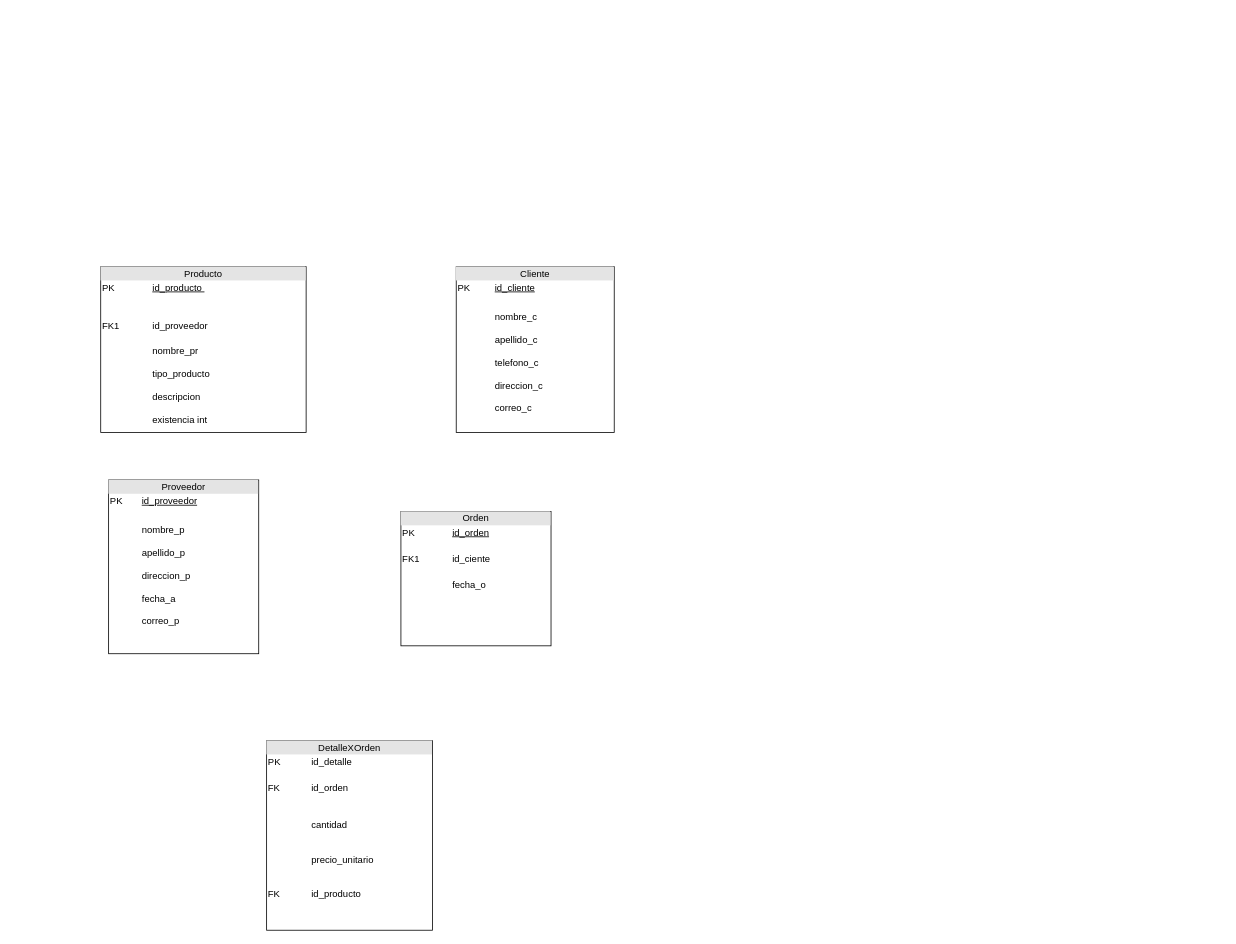
This is EMR.drawio from akdii/ProgramacionIV, a draw.io file, before an edit. Source tidied: cells renumbered, new cells numbered last; positions are measured from the earlier drawing's top-left corner, leaving out a move shared by most shapes. Both pictures are drawn from the tidied source at 79%, with x=0, y=0 at pixel (100, 266).
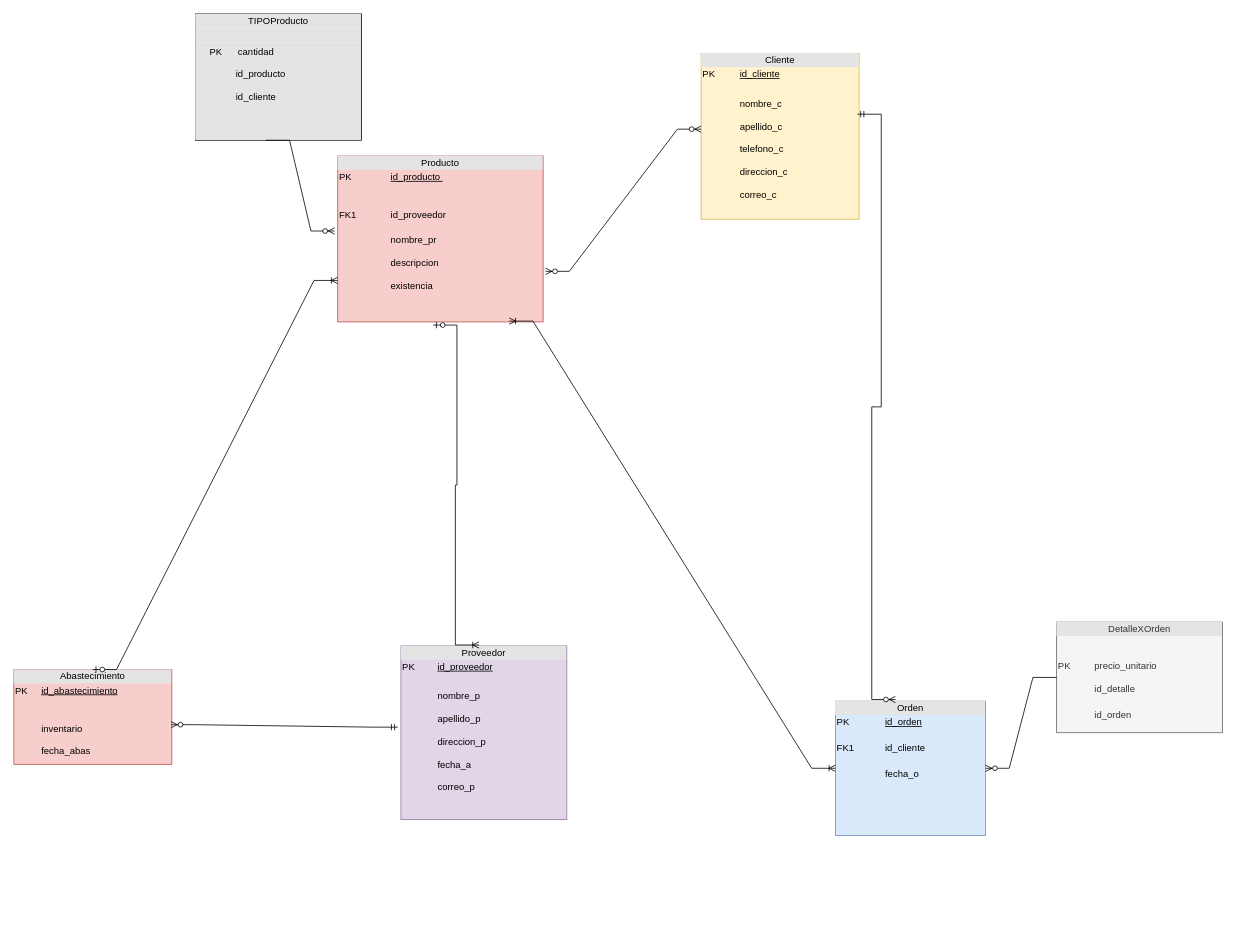
After the change.

What changed in the source:
```diff
@@
-    <mxCell id="2" value="&lt;div style=&quot;text-align: center; box-sizing: border-box; width: 100%; background: rgb(228, 228, 228); padding: 2px;&quot;&gt;Producto&lt;/div&gt;&lt;table style=&quot;width:100%;font-size:1em;&quot; cellpadding=&quot;2&quot; cellspacing=&quot;0&quot;&gt;&lt;tbody&gt;&lt;tr&gt;&lt;td&gt;PK&lt;/td&gt;&lt;td&gt;&lt;u&gt;id_producto&amp;nbsp;&lt;/u&gt;&lt;/td&gt;&lt;/tr&gt;&lt;tr&gt;&lt;td&gt;&lt;br&gt;FK1&lt;/td&gt;&lt;td&gt;&lt;br&gt;&lt;br&gt;id_proveedor&amp;nbsp;&lt;br&gt;&lt;br&gt;&lt;/td&gt;&lt;/tr&gt;&lt;tr&gt;&lt;td&gt;&lt;/td&gt;&lt;td&gt;nombre_pr&lt;br&gt;&lt;br&gt;tipo_producto&amp;nbsp;&lt;br&gt;&lt;br&gt;descripcion&amp;nbsp;&lt;br&gt;&lt;br&gt;existencia int&lt;br&gt;&lt;br&gt;&lt;br&gt;&lt;br&gt;&lt;br&gt;&lt;br&gt;&lt;br&gt;&lt;br&gt;&lt;/td&gt;&lt;/tr&gt;&lt;/tbody&gt;&lt;/table&gt;" style="verticalAlign=top;align=left;overflow=fill;html=1;whiteSpace=wrap;" parent="1" vertex="1">
-      <mxGeometry width="260" height="210" as="geometry" />
+    <mxCell id="2" value="&lt;div style=&quot;text-align: center; box-sizing: border-box; width: 100%; background: rgb(228, 228, 228); padding: 2px;&quot;&gt;Producto&lt;/div&gt;&lt;table style=&quot;width:100%;font-size:1em;&quot; cellpadding=&quot;2&quot; cellspacing=&quot;0&quot;&gt;&lt;tbody&gt;&lt;tr&gt;&lt;td&gt;PK&lt;/td&gt;&lt;td&gt;&lt;u&gt;id_producto&amp;nbsp;&lt;/u&gt;&lt;/td&gt;&lt;/tr&gt;&lt;tr&gt;&lt;td&gt;&lt;br&gt;FK1&lt;/td&gt;&lt;td&gt;&lt;br&gt;&lt;br&gt;id_proveedor&amp;nbsp;&lt;br&gt;&lt;br&gt;&lt;/td&gt;&lt;/tr&gt;&lt;tr&gt;&lt;td&gt;&lt;/td&gt;&lt;td&gt;nombre_pr&lt;br&gt;&lt;br&gt;descripcion&amp;nbsp;&lt;br&gt;&lt;br&gt;existencia&amp;nbsp;&lt;br&gt;&lt;br&gt;&lt;br&gt;&lt;br&gt;&lt;br&gt;&lt;br&gt;&lt;br&gt;&lt;br&gt;&lt;/td&gt;&lt;/tr&gt;&lt;/tbody&gt;&lt;/table&gt;" style="verticalAlign=top;align=left;overflow=fill;html=1;whiteSpace=wrap;fillColor=#f8cecc;strokeColor=#b85450;" parent="1" vertex="1">
+      <mxGeometry x="300" y="-140" width="260" height="210" as="geometry" />
     </mxCell>
-    <mxCell id="3" value="&lt;div style=&quot;text-align: center; box-sizing: border-box; width: 100%; background: rgb(228, 228, 228); padding: 2px;&quot;&gt;Cliente&lt;/div&gt;&lt;table style=&quot;width:100%;font-size:1em;&quot; cellpadding=&quot;2&quot; cellspacing=&quot;0&quot;&gt;&lt;tbody&gt;&lt;tr&gt;&lt;td&gt;PK&lt;/td&gt;&lt;td&gt;&lt;u&gt;id_cliente&lt;/u&gt;&lt;/td&gt;&lt;/tr&gt;&lt;tr&gt;&lt;td&gt;&lt;br&gt;&lt;/td&gt;&lt;td&gt;&lt;br&gt;&lt;/td&gt;&lt;/tr&gt;&lt;tr&gt;&lt;td&gt;&lt;/td&gt;&lt;td&gt;nombre_c&lt;br&gt;&lt;br&gt;apellido_c&lt;br&gt;&lt;br&gt;telefono_c&lt;br&gt;&lt;br&gt;direccion_c&lt;br&gt;&lt;br&gt;correo_c&lt;br&gt;&lt;br&gt;&lt;/td&gt;&lt;/tr&gt;&lt;/tbody&gt;&lt;/table&gt;" style="verticalAlign=top;align=left;overflow=fill;html=1;whiteSpace=wrap;" parent="1" vertex="1">
-      <mxGeometry x="450" width="200" height="210" as="geometry" />
+    <mxCell id="3" value="&lt;div style=&quot;text-align: center; box-sizing: border-box; width: 100%; background: rgb(228, 228, 228); padding: 2px;&quot;&gt;Cliente&lt;/div&gt;&lt;table style=&quot;width:100%;font-size:1em;&quot; cellpadding=&quot;2&quot; cellspacing=&quot;0&quot;&gt;&lt;tbody&gt;&lt;tr&gt;&lt;td&gt;PK&lt;/td&gt;&lt;td&gt;&lt;u&gt;id_cliente&lt;/u&gt;&lt;/td&gt;&lt;/tr&gt;&lt;tr&gt;&lt;td&gt;&lt;br&gt;&lt;/td&gt;&lt;td&gt;&lt;br&gt;&lt;/td&gt;&lt;/tr&gt;&lt;tr&gt;&lt;td&gt;&lt;/td&gt;&lt;td&gt;nombre_c&lt;br&gt;&lt;br&gt;apellido_c&lt;br&gt;&lt;br&gt;telefono_c&lt;br&gt;&lt;br&gt;direccion_c&lt;br&gt;&lt;br&gt;correo_c&lt;br&gt;&lt;br&gt;&lt;/td&gt;&lt;/tr&gt;&lt;/tbody&gt;&lt;/table&gt;" style="verticalAlign=top;align=left;overflow=fill;html=1;whiteSpace=wrap;fillColor=#fff2cc;strokeColor=#d6b656;" parent="1" vertex="1">
+      <mxGeometry x="760" y="-270" width="200" height="210" as="geometry" />
     </mxCell>
-    <mxCell id="4" value="&lt;div style=&quot;text-align: center; box-sizing: border-box; width: 100%; background: rgb(228, 228, 228); padding: 2px;&quot;&gt;Proveedor&lt;/div&gt;&lt;table style=&quot;width:100%;font-size:1em;&quot; cellpadding=&quot;2&quot; cellspacing=&quot;0&quot;&gt;&lt;tbody&gt;&lt;tr&gt;&lt;td&gt;PK&lt;/td&gt;&lt;td&gt;&lt;u&gt;id_proveedor&lt;/u&gt;&lt;/td&gt;&lt;/tr&gt;&lt;tr&gt;&lt;td&gt;&lt;br&gt;&lt;/td&gt;&lt;td&gt;&lt;br&gt;&lt;/td&gt;&lt;/tr&gt;&lt;tr&gt;&lt;td&gt;&lt;/td&gt;&lt;td&gt;nombre_p&lt;br&gt;&lt;br&gt;apellido_p&lt;br&gt;&lt;br&gt;direccion_p&lt;br&gt;&lt;br&gt;fecha_a&lt;br&gt;&lt;br&gt;correo_p&lt;br&gt;&lt;br&gt;&lt;/td&gt;&lt;/tr&gt;&lt;/tbody&gt;&lt;/table&gt;" style="verticalAlign=top;align=left;overflow=fill;html=1;whiteSpace=wrap;" parent="1" vertex="1">
-      <mxGeometry x="10" y="270" width="190" height="220" as="geometry" />
+    <mxCell id="4" value="&lt;div style=&quot;text-align: center; box-sizing: border-box; width: 100%; background: rgb(228, 228, 228); padding: 2px;&quot;&gt;Proveedor&lt;/div&gt;&lt;table style=&quot;width:100%;font-size:1em;&quot; cellpadding=&quot;2&quot; cellspacing=&quot;0&quot;&gt;&lt;tbody&gt;&lt;tr&gt;&lt;td&gt;PK&lt;/td&gt;&lt;td&gt;&lt;u&gt;id_proveedor&lt;/u&gt;&lt;/td&gt;&lt;/tr&gt;&lt;tr&gt;&lt;td&gt;&lt;br&gt;&lt;/td&gt;&lt;td&gt;&lt;br&gt;&lt;/td&gt;&lt;/tr&gt;&lt;tr&gt;&lt;td&gt;&lt;/td&gt;&lt;td&gt;nombre_p&lt;br&gt;&lt;br&gt;apellido_p&lt;br&gt;&lt;br&gt;direccion_p&lt;br&gt;&lt;br&gt;fecha_a&lt;br&gt;&lt;br&gt;correo_p&lt;br&gt;&lt;br&gt;&lt;/td&gt;&lt;/tr&gt;&lt;/tbody&gt;&lt;/table&gt;" style="verticalAlign=top;align=left;overflow=fill;html=1;whiteSpace=wrap;fillColor=#e1d5e7;strokeColor=#9673a6;" parent="1" vertex="1">
+      <mxGeometry x="380" y="480" width="210" height="220" as="geometry" />
     </mxCell>
-    <mxCell id="5" value="&lt;div style=&quot;text-align: center; box-sizing: border-box; width: 100%; background: rgb(228, 228, 228); padding: 2px;&quot;&gt;Orden&lt;/div&gt;&lt;table style=&quot;width:100%;font-size:1em;&quot; cellpadding=&quot;2&quot; cellspacing=&quot;0&quot;&gt;&lt;tbody&gt;&lt;tr&gt;&lt;td&gt;PK&lt;/td&gt;&lt;td&gt;&lt;u&gt;id_orden&lt;br&gt;&lt;/u&gt;&lt;/td&gt;&lt;/tr&gt;&lt;tr&gt;&lt;td&gt;&lt;br&gt;FK1&lt;/td&gt;&lt;td&gt;&lt;br&gt;id_ciente&lt;br&gt;&lt;/td&gt;&lt;/tr&gt;&lt;tr&gt;&lt;td&gt;&lt;/td&gt;&lt;td&gt;&lt;br&gt;fecha_o&lt;br&gt;&lt;br&gt;&lt;/td&gt;&lt;/tr&gt;&lt;/tbody&gt;&lt;/table&gt;" style="verticalAlign=top;align=left;overflow=fill;html=1;whiteSpace=wrap;" parent="1" vertex="1">
-      <mxGeometry x="380" y="310" width="190" height="170" as="geometry" />
+    <mxCell id="5" value="&lt;div style=&quot;text-align: center; box-sizing: border-box; width: 100%; background: rgb(228, 228, 228); padding: 2px;&quot;&gt;Orden&lt;/div&gt;&lt;table style=&quot;width:100%;font-size:1em;&quot; cellpadding=&quot;2&quot; cellspacing=&quot;0&quot;&gt;&lt;tbody&gt;&lt;tr&gt;&lt;td&gt;PK&lt;/td&gt;&lt;td&gt;&lt;u&gt;id_orden&lt;br&gt;&lt;/u&gt;&lt;/td&gt;&lt;/tr&gt;&lt;tr&gt;&lt;td&gt;&lt;br&gt;FK1&lt;/td&gt;&lt;td&gt;&lt;br&gt;id_cliente&lt;br&gt;&lt;/td&gt;&lt;/tr&gt;&lt;tr&gt;&lt;td&gt;&lt;/td&gt;&lt;td&gt;&lt;br&gt;fecha_o&lt;br&gt;&lt;br&gt;&lt;/td&gt;&lt;/tr&gt;&lt;/tbody&gt;&lt;/table&gt;" style="verticalAlign=top;align=left;overflow=fill;html=1;whiteSpace=wrap;fillColor=#dae8fc;strokeColor=#6c8ebf;" parent="1" vertex="1">
+      <mxGeometry x="930" y="550" width="190" height="170" as="geometry" />
     </mxCell>
-    <mxCell id="6" value="&lt;div style=&quot;text-align: center; box-sizing: border-box; width: 100%; background: rgb(228, 228, 228); padding: 2px;&quot;&gt;DetalleXOrden&lt;/div&gt;&lt;table style=&quot;width:100%;font-size:1em;&quot; cellpadding=&quot;2&quot; cellspacing=&quot;0&quot;&gt;&lt;tbody&gt;&lt;tr&gt;&lt;td&gt;PK&lt;/td&gt;&lt;td&gt;id_detalle&lt;br&gt;&lt;/td&gt;&lt;/tr&gt;&lt;tr&gt;&lt;td&gt;&lt;br&gt;FK&amp;nbsp; &amp;nbsp;&lt;br&gt;&lt;br&gt;&lt;/td&gt;&lt;td&gt;id_orden&lt;br&gt;&lt;/td&gt;&lt;/tr&gt;&lt;tr&gt;&lt;td&gt;&lt;br&gt;&lt;br&gt;FK&amp;nbsp;&lt;br&gt;&lt;br&gt;&lt;/td&gt;&lt;td&gt;&lt;br&gt;cantidad&lt;br&gt;&lt;br&gt;&lt;br&gt;precio_unitario&lt;br&gt;&lt;br&gt;&lt;br&gt;id_producto&lt;br&gt;&lt;br&gt;&lt;br&gt;&lt;br&gt;&lt;br&gt;&lt;br&gt;&lt;br&gt;&lt;/td&gt;&lt;/tr&gt;&lt;/tbody&gt;&lt;/table&gt;" style="verticalAlign=top;align=left;overflow=fill;html=1;whiteSpace=wrap;" parent="1" vertex="1">
-      <mxGeometry x="210" y="600" width="210" height="240" as="geometry" />
+    <mxCell id="6" value="&lt;div style=&quot;text-align: center; box-sizing: border-box; width: 100%; background: rgb(228, 228, 228); padding: 2px;&quot;&gt;DetalleXOrden&lt;/div&gt;&lt;table style=&quot;width:100%;font-size:1em;&quot; cellpadding=&quot;2&quot; cellspacing=&quot;0&quot;&gt;&lt;tbody&gt;&lt;tr&gt;&lt;td&gt;PK&amp;nbsp;&lt;/td&gt;&lt;td&gt;&lt;br&gt;&lt;br&gt;precio_unitario&lt;br&gt;&lt;br&gt;id_detalle&lt;br&gt;&lt;/td&gt;&lt;/tr&gt;&lt;tr&gt;&lt;td&gt;&lt;br&gt;&amp;nbsp; &amp;nbsp;&lt;br&gt;&lt;br&gt;&lt;/td&gt;&lt;td&gt;id_orden&lt;br&gt;&lt;/td&gt;&lt;/tr&gt;&lt;tr&gt;&lt;td&gt;&lt;br&gt;&lt;br&gt;&lt;/td&gt;&lt;td&gt;&lt;br&gt;&lt;br&gt;&lt;br&gt;&lt;br&gt;&lt;br&gt;&lt;br&gt;&lt;br&gt;&lt;br&gt;&lt;br&gt;&lt;br&gt;&lt;/td&gt;&lt;/tr&gt;&lt;/tbody&gt;&lt;/table&gt;" style="verticalAlign=top;align=left;overflow=fill;html=1;whiteSpace=wrap;fillColor=#f5f5f5;strokeColor=#666666;fontColor=#333333;" parent="1" vertex="1">
+      <mxGeometry x="1210" y="450" width="210" height="140" as="geometry" />
     </mxCell>
+    <mxCell id="7" value="&lt;div style=&quot;text-align: center; box-sizing: border-box; width: 100%; background: rgb(228, 228, 228); padding: 2px;&quot;&gt;Abastecimiento&lt;/div&gt;&lt;table style=&quot;width:100%;font-size:1em;&quot; cellpadding=&quot;2&quot; cellspacing=&quot;0&quot;&gt;&lt;tbody&gt;&lt;tr&gt;&lt;td&gt;PK&lt;/td&gt;&lt;td&gt;&lt;u&gt;id_abastecimiento&lt;/u&gt;&lt;/td&gt;&lt;/tr&gt;&lt;tr&gt;&lt;td&gt;&lt;br&gt;&lt;/td&gt;&lt;td&gt;&lt;br&gt;&lt;br&gt;inventario&lt;br&gt;&lt;br&gt;fecha_abas&lt;br&gt;&lt;br&gt;&lt;br&gt;&lt;br&gt;&lt;/td&gt;&lt;/tr&gt;&lt;tr&gt;&lt;td&gt;&lt;/td&gt;&lt;td&gt;&lt;br&gt;&lt;br&gt;&lt;br&gt;&lt;br&gt;&lt;br&gt;&lt;br&gt;&lt;br&gt;&lt;br&gt;&lt;/td&gt;&lt;/tr&gt;&lt;/tbody&gt;&lt;/table&gt;" style="verticalAlign=top;align=left;overflow=fill;html=1;whiteSpace=wrap;fillColor=#f8cecc;strokeColor=#b85450;" parent="1" vertex="1">
+      <mxGeometry x="-110" y="510" width="200" height="120" as="geometry" />
+    </mxCell>
+    <mxCell id="8" value="&lt;div style=&quot;text-align: center; box-sizing: border-box; width: 100%; background: rgb(228, 228, 228); padding: 2px;&quot;&gt;TIPOProducto&lt;/div&gt;&lt;div style=&quot;text-align: center; box-sizing: border-box; width: 100%; background: rgb(228, 228, 228); padding: 2px;&quot;&gt;&lt;br&gt;&lt;/div&gt;&lt;div style=&quot;text-align: center; box-sizing: border-box; width: 100%; background: rgb(228, 228, 228); padding: 2px;&quot;&gt;&lt;table style=&quot;background-color: initial; font-size: 1em; text-align: left; width: 100%;&quot; cellpadding=&quot;2&quot; cellspacing=&quot;0&quot;&gt;&lt;tbody&gt;&lt;tr&gt;&lt;td&gt;&lt;br&gt;&lt;/td&gt;&lt;td&gt;PK&amp;nbsp; &amp;nbsp; &amp;nbsp; cantidad&lt;br&gt;&lt;br&gt;&amp;nbsp; &amp;nbsp; &amp;nbsp; &amp;nbsp; &amp;nbsp; id_producto&lt;br&gt;&amp;nbsp;&lt;br&gt;&amp;nbsp; &amp;nbsp; &amp;nbsp; &amp;nbsp; &amp;nbsp; id_cliente&lt;br&gt;&lt;br&gt;&lt;br&gt;&lt;br&gt;&lt;/td&gt;&lt;/tr&gt;&lt;tr&gt;&lt;td&gt;&amp;nbsp;&lt;/td&gt;&lt;td&gt;&lt;br&gt;&lt;/td&gt;&lt;/tr&gt;&lt;tr&gt;&lt;td&gt;&lt;/td&gt;&lt;td&gt;&amp;nbsp; &amp;nbsp; &amp;nbsp;&amp;nbsp;&lt;br&gt;&lt;br&gt;&lt;br&gt;&lt;br&gt;&lt;br&gt;&lt;br&gt;&lt;br&gt;&lt;/td&gt;&lt;/tr&gt;&lt;/tbody&gt;&lt;/table&gt;&lt;/div&gt;" style="verticalAlign=top;align=left;overflow=fill;html=1;whiteSpace=wrap;" parent="1" vertex="1">
+      <mxGeometry x="120" y="-320" width="210" height="160" as="geometry" />
+    </mxCell>
+    <mxCell id="9" style="edgeStyle=entityRelationEdgeStyle;fontSize=12;html=1;endArrow=ERzeroToMany;endFill=1;rounded=0;exitX=0.424;exitY=1;exitDx=0;exitDy=0;entryX=-0.015;entryY=0.452;entryDx=0;entryDy=0;entryPerimeter=0;exitPerimeter=0;" parent="1" edge="1" source="8" target="2">
+      <mxGeometry relative="1" as="geometry" />
+    </mxCell>
+    <mxCell id="10" style="edgeStyle=entityRelationEdgeStyle;fontSize=12;html=1;endArrow=ERzeroToMany;endFill=1;startArrow=ERzeroToMany;rounded=0;entryX=0;entryY=0.457;entryDx=0;entryDy=0;entryPerimeter=0;exitX=1.012;exitY=0.695;exitDx=0;exitDy=0;exitPerimeter=0;" parent="1" edge="1" source="2" target="3">
+      <mxGeometry relative="1" as="geometry" />
+    </mxCell>
+    <mxCell id="11" style="edgeStyle=entityRelationEdgeStyle;fontSize=12;html=1;endArrow=ERoneToMany;startArrow=ERzeroToOne;rounded=0;entryX=0.471;entryY=-0.005;entryDx=0;entryDy=0;exitX=0.465;exitY=1.019;exitDx=0;exitDy=0;exitPerimeter=0;entryPerimeter=0;" parent="1" edge="1" source="2" target="4">
+      <mxGeometry relative="1" as="geometry" />
+    </mxCell>
+    <mxCell id="12" style="edgeStyle=entityRelationEdgeStyle;fontSize=12;html=1;endArrow=ERzeroToMany;startArrow=ERmandOne;rounded=0;exitX=0.99;exitY=0.367;exitDx=0;exitDy=0;exitPerimeter=0;entryX=0.4;entryY=-0.012;entryDx=0;entryDy=0;entryPerimeter=0;" parent="1" edge="1" source="3" target="5">
+      <mxGeometry relative="1" as="geometry">
+        <Array as="points">
+          <mxPoint x="770" y="220" />
+        </Array>
+      </mxGeometry>
+    </mxCell>
+    <mxCell id="13" style="edgeStyle=entityRelationEdgeStyle;fontSize=12;html=1;endArrow=ERoneToMany;startArrow=ERzeroToOne;rounded=0;entryX=0;entryY=0.75;entryDx=0;entryDy=0;exitX=0.5;exitY=0;exitDx=0;exitDy=0;" parent="1" edge="1" source="7" target="2">
+      <mxGeometry relative="1" as="geometry" />
+    </mxCell>
+    <mxCell id="14" style="edgeStyle=entityRelationEdgeStyle;fontSize=12;html=1;endArrow=ERzeroToMany;startArrow=ERmandOne;rounded=0;exitX=-0.019;exitY=0.468;exitDx=0;exitDy=0;exitPerimeter=0;entryX=0.995;entryY=0.582;entryDx=0;entryDy=0;entryPerimeter=0;" parent="1" edge="1" source="4" target="7">
+      <mxGeometry relative="1" as="geometry">
+        <Array as="points">
+          <mxPoint x="120" y="619" />
+          <mxPoint x="170" y="610" />
+          <mxPoint x="130" y="600" />
+        </Array>
+      </mxGeometry>
+    </mxCell>
+    <mxCell id="15" style="edgeStyle=entityRelationEdgeStyle;fontSize=12;html=1;endArrow=ERoneToMany;startArrow=ERoneToMany;rounded=0;exitX=0;exitY=0.5;exitDx=0;exitDy=0;entryX=0.835;entryY=0.995;entryDx=0;entryDy=0;entryPerimeter=0;" parent="1" edge="1" source="5" target="2">
+      <mxGeometry relative="1" as="geometry" />
+    </mxCell>
+    <mxCell id="16" style="edgeStyle=entityRelationEdgeStyle;fontSize=12;html=1;endArrow=ERzeroToMany;endFill=1;rounded=0;entryX=1;entryY=0.5;entryDx=0;entryDy=0;" parent="1" edge="1" source="6" target="5">
+      <mxGeometry relative="1" as="geometry" />
+    </mxCell>
```
